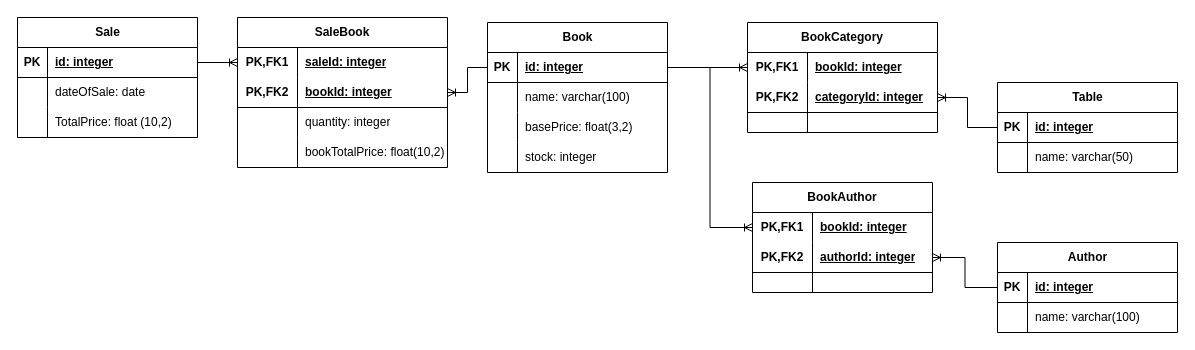
Earlier version of the draw.io diagram diagrams/relational-diagram.drawio (JMarts32/Leelo-Todo). Source tidied: cells renumbered, new cells numbered last; positions are measured from the earlier drawing's top-left corner, leaving out a move shared by most shapes. Both pictures are drawn from the tidied source at 100%, with x=0, y=0 at pixel (17, 17).
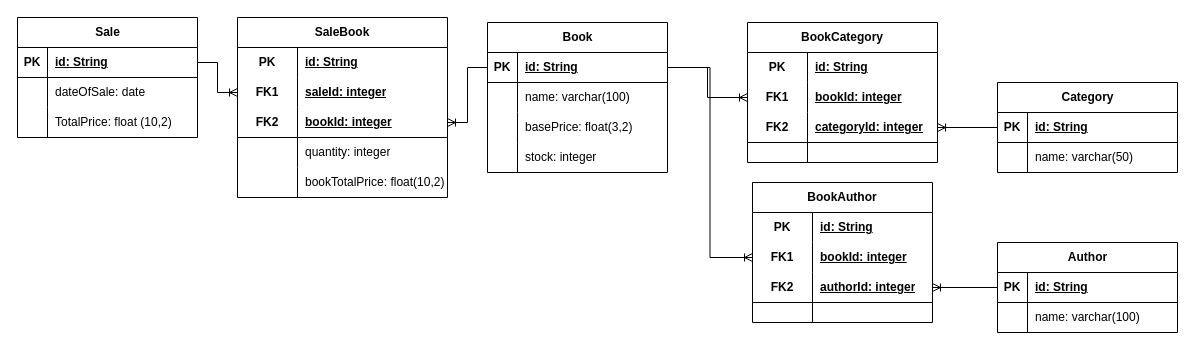
The same diagram, later.

Unchanged cells that the change refers to:
```xml
<mxCell id="3" style="shape=tableRow;horizontal=0;startSize=0;swimlaneHead=0;swimlaneBody=0;fillColor=none;points=[[0,0.5],[1,0.5]];portConstraint=eastwest;top=0;left=0;right=0;bottom=1;" parent="2" vertex="1">
  <mxGeometry y="30" width="180" height="30" as="geometry" />
</mxCell>
<mxCell id="26" style="shape=tableRow;horizontal=0;startSize=0;swimlaneHead=0;swimlaneBody=0;fillColor=none;points=[[0,0.5],[1,0.5]];portConstraint=eastwest;top=0;left=0;right=0;bottom=1;" parent="25" vertex="1">
  <mxGeometry y="30" width="180" height="30" as="geometry" />
</mxCell>
<mxCell id="35" style="shape=tableRow;horizontal=0;startSize=0;swimlaneHead=0;swimlaneBody=0;fillColor=none;points=[[0,0.5],[1,0.5]];portConstraint=eastwest;top=0;left=0;right=0;bottom=1;" parent="34" vertex="1">
  <mxGeometry y="30" width="180" height="30" as="geometry" />
</mxCell>
<mxCell id="67" style="shape=tableRow;horizontal=0;startSize=0;swimlaneHead=0;swimlaneBody=0;fillColor=none;points=[[0,0.5],[1,0.5]];portConstraint=eastwest;top=0;left=0;right=0;bottom=1;" parent="66" vertex="1">
  <mxGeometry y="30" width="180" height="30" as="geometry" />
</mxCell>
```

What changed in the source:
```diff
@@
-    <mxCell id="5" value="id: integer" style="shape=partialRectangle;fillColor=none;top=0;left=0;bottom=0;right=0;align=left;spacingLeft=6;fontStyle=5;overflow=hidden;whiteSpace=wrap;html=1;" parent="3" vertex="1">
+    <mxCell id="5" value="id: String" style="shape=partialRectangle;fillColor=none;top=0;left=0;bottom=0;right=0;align=left;spacingLeft=6;fontStyle=5;overflow=hidden;whiteSpace=wrap;html=1;" parent="3" vertex="1">
       <mxGeometry x="30" width="150" height="30" as="geometry" />
     </mxCell>
@@
     <mxCell id="15" value="BookCategory" style="shape=table;startSize=30;childLayout=tableLayout;rowLines=0;fontStyle=1;align=center;html=1;whiteSpace=wrap;" parent="1" vertex="1">
-      <mxGeometry x="730" y="5" width="190" height="110" as="geometry" />
+      <mxGeometry x="730" y="5" width="190" height="140" as="geometry" />
     </mxCell>
+    <mxCell id="78" style="shape=tableRow;horizontal=0;startSize=0;swimlaneHead=0;swimlaneBody=0;fillColor=none;top=0;left=0;right=0;bottom=0;html=1;" parent="15" vertex="1">
+      <mxGeometry y="30" width="190" height="30" as="geometry" />
+    </mxCell>
+    <mxCell id="79" value="PK" style="shape=partialRectangle;fillColor=none;top=0;left=0;bottom=0;right=0;fontStyle=1;overflow=hidden;html=1;whiteSpace=wrap;" parent="78" vertex="1">
+      <mxGeometry width="60" height="30" as="geometry" />
+    </mxCell>
+    <mxCell id="80" value="id: String" style="shape=partialRectangle;fillColor=none;top=0;left=0;bottom=0;right=0;align=left;spacingLeft=6;fontStyle=5;overflow=hidden;html=1;whiteSpace=wrap;" parent="78" vertex="1">
+      <mxGeometry x="60" width="130" height="30" as="geometry" />
+    </mxCell>
     <mxCell id="16" style="shape=tableRow;horizontal=0;startSize=0;swimlaneHead=0;swimlaneBody=0;fillColor=none;points=[[0,0.5],[1,0.5]];portConstraint=eastwest;top=0;left=0;right=0;bottom=0;html=1;" parent="15" vertex="1">
-      <mxGeometry y="30" width="190" height="30" as="geometry" />
+      <mxGeometry y="60" width="190" height="30" as="geometry" />
     </mxCell>
-    <mxCell id="17" value="PK,FK1" style="shape=partialRectangle;fillColor=none;top=0;left=0;bottom=0;right=0;fontStyle=1;overflow=hidden;html=1;whiteSpace=wrap;" parent="16" vertex="1">
+    <mxCell id="17" value="FK1" style="shape=partialRectangle;fillColor=none;top=0;left=0;bottom=0;right=0;fontStyle=1;overflow=hidden;html=1;whiteSpace=wrap;" parent="16" vertex="1">
       <mxGeometry width="60" height="30" as="geometry" />
     </mxCell>
@@
     <mxCell id="19" style="shape=tableRow;horizontal=0;startSize=0;swimlaneHead=0;swimlaneBody=0;fillColor=none;points=[[0,0.5],[1,0.5]];portConstraint=eastwest;top=0;left=0;right=0;bottom=1;html=1;" parent="15" vertex="1">
-      <mxGeometry y="60" width="190" height="30" as="geometry" />
+      <mxGeometry y="90" width="190" height="30" as="geometry" />
     </mxCell>
-    <mxCell id="20" value="PK,FK2" style="shape=partialRectangle;fillColor=none;top=0;left=0;bottom=0;right=0;fontStyle=1;overflow=hidden;html=1;whiteSpace=wrap;" parent="19" vertex="1">
+    <mxCell id="20" value="FK2" style="shape=partialRectangle;fillColor=none;top=0;left=0;bottom=0;right=0;fontStyle=1;overflow=hidden;html=1;whiteSpace=wrap;" parent="19" vertex="1">
       <mxGeometry width="60" height="30" as="geometry" />
     </mxCell>
@@
     <mxCell id="22" style="shape=tableRow;horizontal=0;startSize=0;swimlaneHead=0;swimlaneBody=0;fillColor=none;top=0;left=0;right=0;bottom=0;html=1;" parent="15" vertex="1">
-      <mxGeometry y="90" width="190" height="20" as="geometry" />
+      <mxGeometry y="120" width="190" height="20" as="geometry" />
     </mxCell>
@@
-    <mxCell id="25" value="Table" style="shape=table;startSize=30;childLayout=tableLayout;rowLines=0;fontStyle=1;align=center;html=1;" parent="1" vertex="1">
+    <mxCell id="25" value="Category" style="shape=table;startSize=30;childLayout=tableLayout;rowLines=0;fontStyle=1;align=center;html=1;" parent="1" vertex="1">
       <mxGeometry x="980" y="65" width="180" height="90" as="geometry" />
     </mxCell>
@@
-    <mxCell id="28" value="id: integer" style="shape=partialRectangle;fillColor=none;top=0;left=0;bottom=0;right=0;align=left;spacingLeft=6;fontStyle=5;overflow=hidden;whiteSpace=wrap;html=1;" parent="26" vertex="1">
+    <mxCell id="28" value="id: String" style="shape=partialRectangle;fillColor=none;top=0;left=0;bottom=0;right=0;align=left;spacingLeft=6;fontStyle=5;overflow=hidden;whiteSpace=wrap;html=1;" parent="26" vertex="1">
       <mxGeometry x="30" width="150" height="30" as="geometry" />
     </mxCell>
@@
-    <mxCell id="37" value="id: integer" style="shape=partialRectangle;fillColor=none;top=0;left=0;bottom=0;right=0;align=left;spacingLeft=6;fontStyle=5;overflow=hidden;whiteSpace=wrap;html=1;" parent="35" vertex="1">
+    <mxCell id="37" value="id: String" style="shape=partialRectangle;fillColor=none;top=0;left=0;bottom=0;right=0;align=left;spacingLeft=6;fontStyle=5;overflow=hidden;whiteSpace=wrap;html=1;" parent="35" vertex="1">
       <mxGeometry x="30" width="150" height="30" as="geometry" />
     </mxCell>
@@
     <mxCell id="41" value="BookAuthor" style="shape=table;startSize=30;childLayout=tableLayout;rowLines=0;fontStyle=1;align=center;html=1;whiteSpace=wrap;" parent="1" vertex="1">
-      <mxGeometry x="735" y="165" width="180" height="110" as="geometry" />
+      <mxGeometry x="735" y="165" width="180" height="140" as="geometry" />
     </mxCell>
+    <mxCell id="81" style="shape=tableRow;horizontal=0;startSize=0;swimlaneHead=0;swimlaneBody=0;fillColor=none;top=0;left=0;right=0;bottom=0;html=1;" parent="41" vertex="1">
+      <mxGeometry y="30" width="180" height="30" as="geometry" />
+    </mxCell>
+    <mxCell id="82" value="PK" style="shape=partialRectangle;fillColor=none;top=0;left=0;bottom=0;right=0;fontStyle=1;overflow=hidden;html=1;whiteSpace=wrap;" parent="81" vertex="1">
+      <mxGeometry width="60" height="30" as="geometry" />
+    </mxCell>
+    <mxCell id="83" value="id: String" style="shape=partialRectangle;fillColor=none;top=0;left=0;bottom=0;right=0;align=left;spacingLeft=6;fontStyle=5;overflow=hidden;html=1;whiteSpace=wrap;" parent="81" vertex="1">
+      <mxGeometry x="60" width="120" height="30" as="geometry" />
+    </mxCell>
     <mxCell id="42" style="shape=tableRow;horizontal=0;startSize=0;swimlaneHead=0;swimlaneBody=0;fillColor=none;points=[[0,0.5],[1,0.5]];portConstraint=eastwest;top=0;left=0;right=0;bottom=0;html=1;" parent="41" vertex="1">
-      <mxGeometry y="30" width="180" height="30" as="geometry" />
+      <mxGeometry y="60" width="180" height="30" as="geometry" />
     </mxCell>
-    <mxCell id="43" value="PK,FK1" style="shape=partialRectangle;fillColor=none;top=0;left=0;bottom=0;right=0;fontStyle=1;overflow=hidden;html=1;whiteSpace=wrap;" parent="42" vertex="1">
+    <mxCell id="43" value="FK1" style="shape=partialRectangle;fillColor=none;top=0;left=0;bottom=0;right=0;fontStyle=1;overflow=hidden;html=1;whiteSpace=wrap;" parent="42" vertex="1">
       <mxGeometry width="60" height="30" as="geometry" />
     </mxCell>
@@
     <mxCell id="45" style="shape=tableRow;horizontal=0;startSize=0;swimlaneHead=0;swimlaneBody=0;fillColor=none;points=[[0,0.5],[1,0.5]];portConstraint=eastwest;top=0;left=0;right=0;bottom=1;html=1;" parent="41" vertex="1">
-      <mxGeometry y="60" width="180" height="30" as="geometry" />
+      <mxGeometry y="90" width="180" height="30" as="geometry" />
     </mxCell>
-    <mxCell id="46" value="PK,FK2" style="shape=partialRectangle;fillColor=none;top=0;left=0;bottom=0;right=0;fontStyle=1;overflow=hidden;html=1;whiteSpace=wrap;" parent="45" vertex="1">
+    <mxCell id="46" value="FK2" style="shape=partialRectangle;fillColor=none;top=0;left=0;bottom=0;right=0;fontStyle=1;overflow=hidden;html=1;whiteSpace=wrap;" parent="45" vertex="1">
       <mxGeometry width="60" height="30" as="geometry" />
     </mxCell>
@@
     <mxCell id="48" style="shape=tableRow;horizontal=0;startSize=0;swimlaneHead=0;swimlaneBody=0;fillColor=none;top=0;left=0;right=0;bottom=0;html=1;" parent="41" vertex="1">
-      <mxGeometry y="90" width="180" height="20" as="geometry" />
+      <mxGeometry y="120" width="180" height="20" as="geometry" />
     </mxCell>
@@
     <mxCell id="53" value="SaleBook" style="shape=table;startSize=30;childLayout=tableLayout;rowLines=0;fontStyle=1;align=center;html=1;whiteSpace=wrap;" parent="1" vertex="1">
-      <mxGeometry x="220" width="210" height="150" as="geometry" />
+      <mxGeometry x="220" width="210" height="180" as="geometry" />
     </mxCell>
+    <mxCell id="84" style="shape=tableRow;horizontal=0;startSize=0;swimlaneHead=0;swimlaneBody=0;fillColor=none;top=0;left=0;right=0;bottom=0;html=1;" parent="53" vertex="1">
+      <mxGeometry y="30" width="210" height="30" as="geometry" />
+    </mxCell>
+    <mxCell id="85" value="PK" style="shape=partialRectangle;fillColor=none;top=0;left=0;bottom=0;right=0;fontStyle=1;overflow=hidden;html=1;whiteSpace=wrap;" parent="84" vertex="1">
+      <mxGeometry width="60" height="30" as="geometry" />
+    </mxCell>
+    <mxCell id="86" value="id: String" style="shape=partialRectangle;fillColor=none;top=0;left=0;bottom=0;right=0;align=left;spacingLeft=6;fontStyle=5;overflow=hidden;html=1;whiteSpace=wrap;" parent="84" vertex="1">
+      <mxGeometry x="60" width="150" height="30" as="geometry" />
+    </mxCell>
     <mxCell id="54" style="shape=tableRow;horizontal=0;startSize=0;swimlaneHead=0;swimlaneBody=0;fillColor=none;points=[[0,0.5],[1,0.5]];portConstraint=eastwest;top=0;left=0;right=0;bottom=0;html=1;" parent="53" vertex="1">
-      <mxGeometry y="30" width="210" height="30" as="geometry" />
+      <mxGeometry y="60" width="210" height="30" as="geometry" />
     </mxCell>
-    <mxCell id="55" value="PK,FK1" style="shape=partialRectangle;fillColor=none;top=0;left=0;bottom=0;right=0;fontStyle=1;overflow=hidden;html=1;whiteSpace=wrap;" parent="54" vertex="1">
+    <mxCell id="55" value="FK1" style="shape=partialRectangle;fillColor=none;top=0;left=0;bottom=0;right=0;fontStyle=1;overflow=hidden;html=1;whiteSpace=wrap;" parent="54" vertex="1">
       <mxGeometry width="60" height="30" as="geometry" />
     </mxCell>
@@
     <mxCell id="57" style="shape=tableRow;horizontal=0;startSize=0;swimlaneHead=0;swimlaneBody=0;fillColor=none;points=[[0,0.5],[1,0.5]];portConstraint=eastwest;top=0;left=0;right=0;bottom=1;html=1;" parent="53" vertex="1">
-      <mxGeometry y="60" width="210" height="30" as="geometry" />
+      <mxGeometry y="90" width="210" height="30" as="geometry" />
     </mxCell>
-    <mxCell id="58" value="PK,FK2" style="shape=partialRectangle;fillColor=none;top=0;left=0;bottom=0;right=0;fontStyle=1;overflow=hidden;html=1;whiteSpace=wrap;" parent="57" vertex="1">
+    <mxCell id="58" value="FK2" style="shape=partialRectangle;fillColor=none;top=0;left=0;bottom=0;right=0;fontStyle=1;overflow=hidden;html=1;whiteSpace=wrap;" parent="57" vertex="1">
       <mxGeometry width="60" height="30" as="geometry" />
     </mxCell>
@@
     <mxCell id="60" style="shape=tableRow;horizontal=0;startSize=0;swimlaneHead=0;swimlaneBody=0;fillColor=none;top=0;left=0;right=0;bottom=0;html=1;" parent="53" vertex="1">
-      <mxGeometry y="90" width="210" height="30" as="geometry" />
+      <mxGeometry y="120" width="210" height="30" as="geometry" />
     </mxCell>
@@
     <mxCell id="63" style="shape=tableRow;horizontal=0;startSize=0;swimlaneHead=0;swimlaneBody=0;fillColor=none;top=0;left=0;right=0;bottom=0;html=1;" parent="53" vertex="1">
-      <mxGeometry y="120" width="210" height="30" as="geometry" />
+      <mxGeometry y="150" width="210" height="30" as="geometry" />
     </mxCell>
@@
-    <mxCell id="69" value="id: integer" style="shape=partialRectangle;fillColor=none;top=0;left=0;bottom=0;right=0;align=left;spacingLeft=6;fontStyle=5;overflow=hidden;whiteSpace=wrap;html=1;" parent="67" vertex="1">
+    <mxCell id="69" value="id: String" style="shape=partialRectangle;fillColor=none;top=0;left=0;bottom=0;right=0;align=left;spacingLeft=6;fontStyle=5;overflow=hidden;whiteSpace=wrap;html=1;" parent="67" vertex="1">
       <mxGeometry x="30" width="150" height="30" as="geometry" />
     </mxCell>
```
